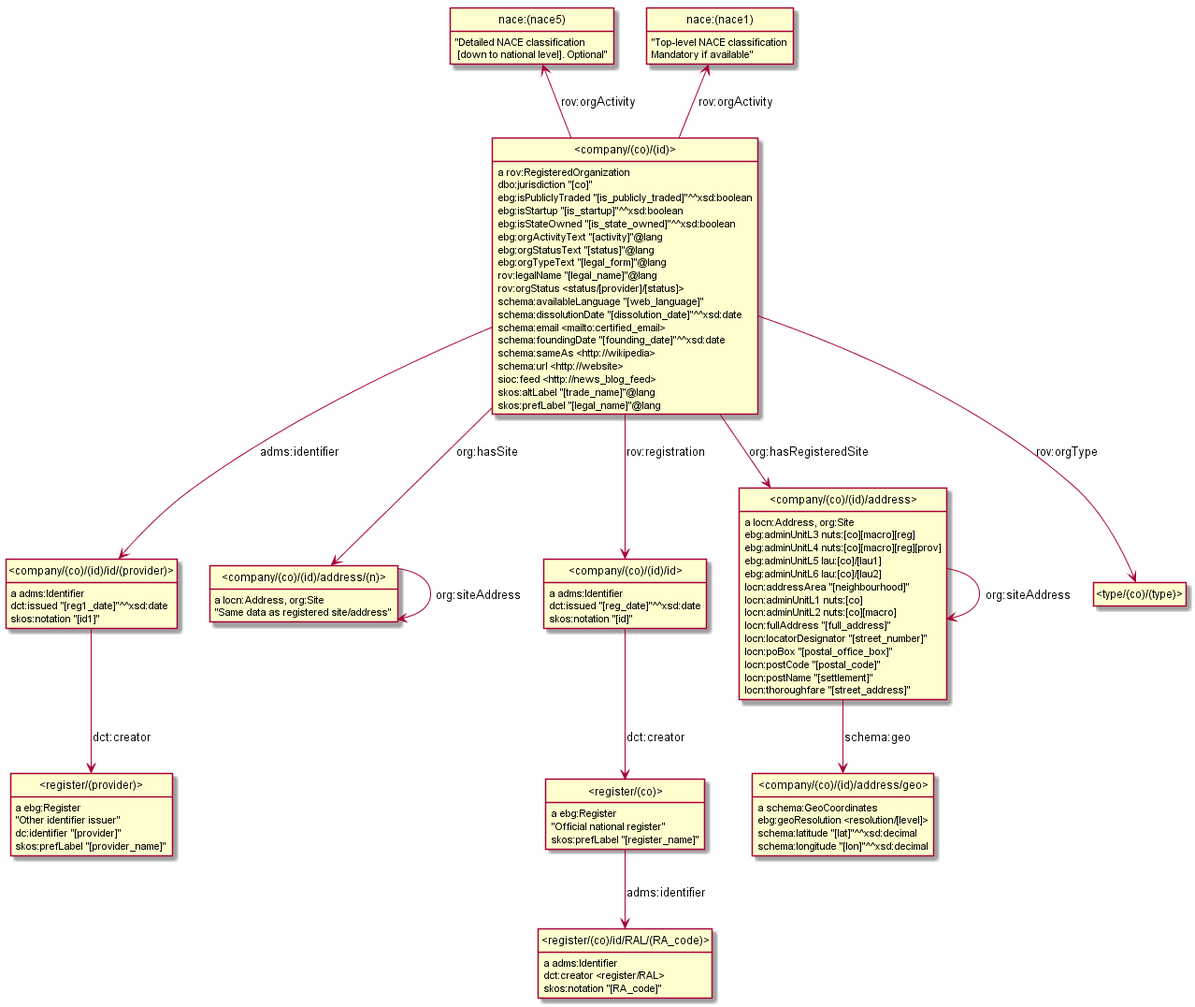
Earlier version of the PlantUML export model/company.png (euBusinessGraph/eubg-data).
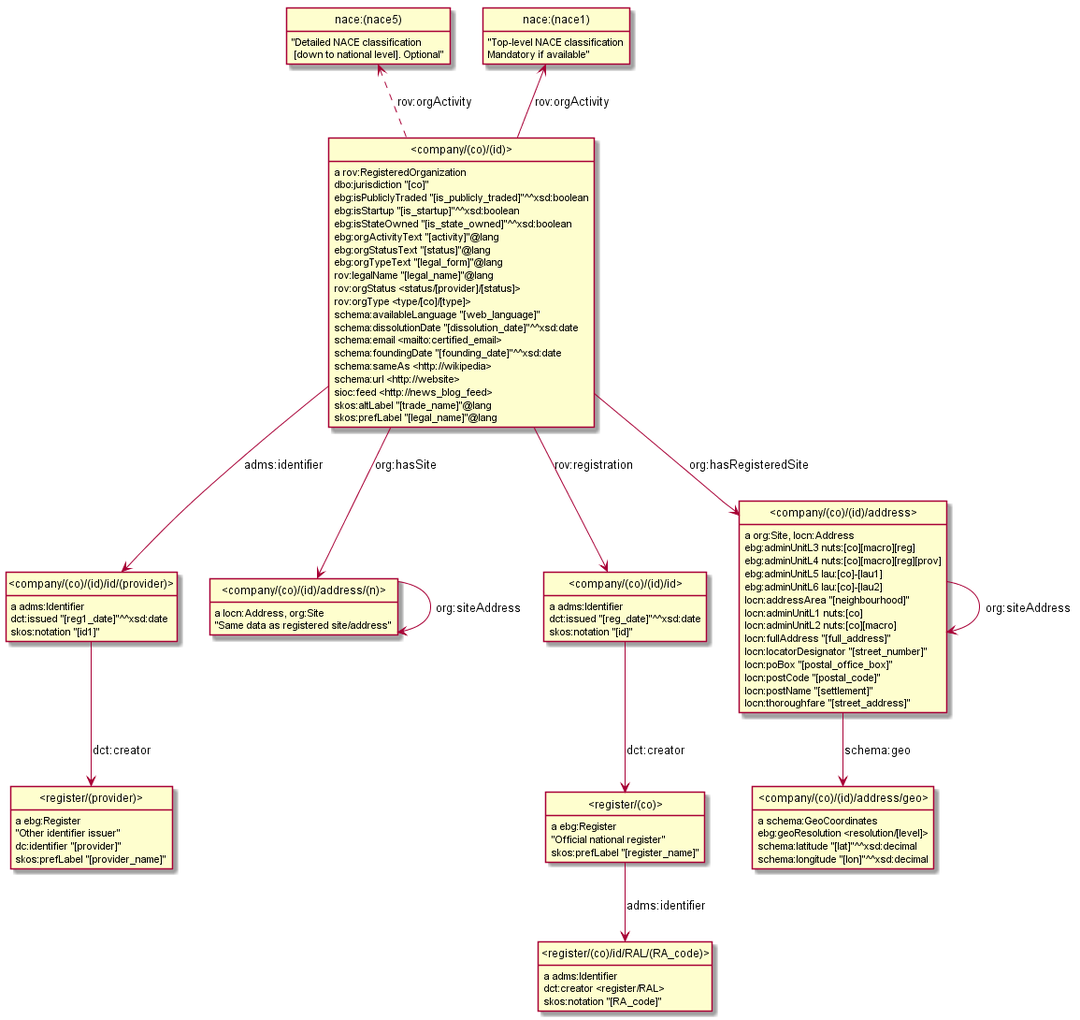
The same file after the commit.

The edit, as a diff of the source:
```diff
@@ -3,50 +3,34 @@
 hide empty attributes
 hide circle
 skinparam classAttributeIconSize 0
-class nace_nace1_ as "nace:(nace1)"
-nace_nace1_ :  "Top-level NACE classification\nMandatory if available"
-class _register_co_id_RAL_RA_code_ as "<register/(co)/id/RAL/(RA_code)>"
-_register_co_id_RAL_RA_code_ : a adms:Identifier
-_register_co_id_RAL_RA_code_ : dct:creator <register/RAL>
-_register_co_id_RAL_RA_code_ : skos:notation "[RA_code]"
+class _company_co_id_address_geo_ as "<company/(co)/(id)/address/geo>"
+_company_co_id_address_geo_ : a schema:GeoCoordinates
+_company_co_id_address_geo_ : ebg:geoResolution <resolution/[level]>
+_company_co_id_address_geo_ : schema:latitude "[lat]"^^xsd:decimal
+_company_co_id_address_geo_ : schema:longitude "[lon]"^^xsd:decimal
 class _company_co_id_id_provider_ as "<company/(co)/(id)/id/(provider)>"
 _company_co_id_id_provider_ : a adms:Identifier
 class _register_provider_ as "<register/(provider)>"
 _company_co_id_id_provider_ --> _register_provider_ : dct:creator
 _company_co_id_id_provider_ : dct:issued "[reg1_date]"^^xsd:date
 _company_co_id_id_provider_ : skos:notation "[id1]"
-class _company_co_id_address_n_ as "<company/(co)/(id)/address/(n)>"
-_company_co_id_address_n_ : a locn:Address, org:Site
-_company_co_id_address_n_ --> _company_co_id_address_n_ : org:siteAddress
-_company_co_id_address_n_ :  "Same data as registered site/address"
-class nace_nace5_ as "nace:(nace5)"
-nace_nace5_ :  "Detailed NACE classification\n [down to national level]. Optional"
-class _company_co_id_id_ as "<company/(co)/(id)/id>"
-_company_co_id_id_ : a adms:Identifier
-class _register_co_ as "<register/(co)>"
-_company_co_id_id_ --> _register_co_ : dct:creator
-_company_co_id_id_ : dct:issued "[reg_date]"^^xsd:date
-_company_co_id_id_ : skos:notation "[id]"
-class _company_co_id_address_geo_ as "<company/(co)/(id)/address/geo>"
-_company_co_id_address_geo_ : a schema:GeoCoordinates
-_company_co_id_address_geo_ : ebg:geoResolution <resolution/[level]>
-_company_co_id_address_geo_ : schema:latitude "[lat]"^^xsd:decimal
-_company_co_id_address_geo_ : schema:longitude "[lon]"^^xsd:decimal
 _register_provider_ : a ebg:Register
 _register_provider_ :  "Other identifier issuer"
 _register_provider_ : dc:identifier "[provider]"
 _register_provider_ : skos:prefLabel "[provider_name]"
 class _company_co_id_ as "<company/(co)/(id)>"
 _company_co_id_ : a rov:RegisteredOrganization
+class _company_co_id_address_n_ as "<company/(co)/(id)/address/(n)>"
+_company_co_id_ --> _company_co_id_address_n_ : org:hasSite
+class _company_co_id_id_ as "<company/(co)/(id)/id>"
+_company_co_id_ --> _company_co_id_id_ : rov:registration
+class nace_nace1_ as "nace:(nace1)"
 _company_co_id_ -up-> nace_nace1_ : rov:orgActivity
-_company_co_id_ --> _company_co_id_id_provider_ : adms:identifier
-_company_co_id_ --> _company_co_id_address_n_ : org:hasSite
-_company_co_id_ -up-> nace_nace5_ : rov:orgActivity
-_company_co_id_ --> _company_co_id_id_ : rov:registration
+class nace_nace5_ as "nace:(nace5)"
+_company_co_id_ .up.> nace_nace5_ : rov:orgActivity
 class _company_co_id_address_ as "<company/(co)/(id)/address>"
 _company_co_id_ --> _company_co_id_address_ : org:hasRegisteredSite
-class _type_co_type_ as "<type/(co)/(type)>"
-_company_co_id_ --> _type_co_type_ : rov:orgType
+_company_co_id_ --> _company_co_id_id_provider_ : adms:identifier
 _company_co_id_ : dbo:jurisdiction "[co]"
 _company_co_id_ : ebg:isPubliclyTraded "[is_publicly_traded]"^^xsd:boolean
 _company_co_id_ : ebg:isStartup "[is_startup]"^^xsd:boolean
@@ -56,6 +40,7 @@
 _company_co_id_ : ebg:orgTypeText "[legal_form]"@lang
 _company_co_id_ : rov:legalName "[legal_name]"@lang
 _company_co_id_ : rov:orgStatus <status/[provider]/[status]>
+_company_co_id_ : rov:orgType <type/[co]/[type]>
 _company_co_id_ : schema:availableLanguage "[web_language]"
 _company_co_id_ : schema:dissolutionDate "[dissolution_date]"^^xsd:date
 _company_co_id_ : schema:email <mailto:certified_email>
@@ -65,17 +50,20 @@
 _company_co_id_ : sioc:feed <http://news_blog_feed>
 _company_co_id_ : skos:altLabel "[trade_name]"@lang
 _company_co_id_ : skos:prefLabel "[legal_name]"@lang
+class _register_co_ as "<register/(co)>"
 _register_co_ : a ebg:Register
+class _register_co_id_RAL_RA_code_ as "<register/(co)/id/RAL/(RA_code)>"
 _register_co_ --> _register_co_id_RAL_RA_code_ : adms:identifier
 _register_co_ :  "Official national register"
 _register_co_ : skos:prefLabel "[register_name]"
-_company_co_id_address_ : a locn:Address, org:Site
+nace_nace5_ :  "Detailed NACE classification\n [down to national level]. Optional"
+_company_co_id_address_ : a org:Site, locn:Address
+_company_co_id_address_ --> _company_co_id_address_ : org:siteAddress
 _company_co_id_address_ --> _company_co_id_address_geo_ : schema:geo
-_company_co_id_address_ --> _company_co_id_address_ : org:siteAddress
 _company_co_id_address_ : ebg:adminUnitL3 nuts:[co][macro][reg]
 _company_co_id_address_ : ebg:adminUnitL4 nuts:[co][macro][reg][prov]
-_company_co_id_address_ : ebg:adminUnitL5 lau:[co]/[lau1]
-_company_co_id_address_ : ebg:adminUnitL6 lau:[co]/[lau2]
+_company_co_id_address_ : ebg:adminUnitL5 lau:[co]-[lau1]
+_company_co_id_address_ : ebg:adminUnitL6 lau:[co]-[lau2]
 _company_co_id_address_ : locn:addressArea "[neighbourhood]"
 _company_co_id_address_ : locn:adminUnitL1 nuts:[co]
 _company_co_id_address_ : locn:adminUnitL2 nuts:[co][macro]
@@ -85,4 +73,15 @@
 _company_co_id_address_ : locn:postCode "[postal_code]"
 _company_co_id_address_ : locn:postName "[settlement]"
 _company_co_id_address_ : locn:thoroughfare "[street_address]"
+_company_co_id_address_n_ : a locn:Address, org:Site
+_company_co_id_address_n_ --> _company_co_id_address_n_ : org:siteAddress
+_company_co_id_address_n_ :  "Same data as registered site/address"
+_company_co_id_id_ : a adms:Identifier
+_company_co_id_id_ --> _register_co_ : dct:creator
+_company_co_id_id_ : dct:issued "[reg_date]"^^xsd:date
+_company_co_id_id_ : skos:notation "[id]"
+nace_nace1_ :  "Top-level NACE classification\nMandatory if available"
+_register_co_id_RAL_RA_code_ : a adms:Identifier
+_register_co_id_RAL_RA_code_ : dct:creator <register/RAL>
+_register_co_id_RAL_RA_code_ : skos:notation "[RA_code]"
 @enduml
```
